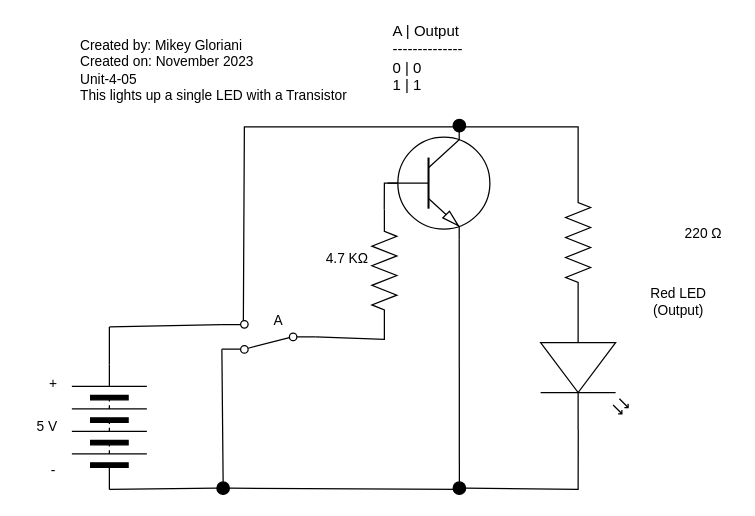
The draw.io diagram Unit-4-07/Unit-4-07.drawio in MikeyGloriani/TEJ3M-Unit-4, before the edit. Source tidied: cells renumbered, new cells numbered last; positions are measured from the earlier drawing's top-left corner, leaving out a move shared by most shapes. Both pictures are drawn from the tidied source at 125%, with x=0, y=0 at pixel (21, 26).
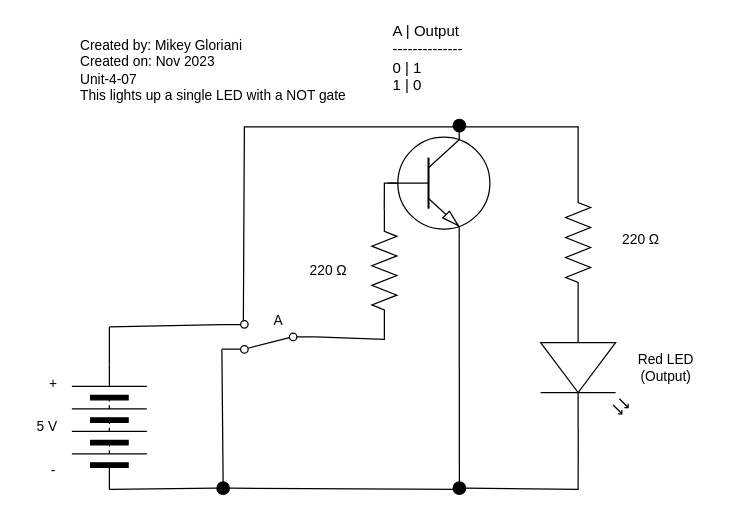
After the change.

What changed in the source:
```diff
@@
     <mxCell id="9" value="220&amp;nbsp;Ω" style="text;html=1;align=center;verticalAlign=middle;strokeColor=none;fillColor=none;fontSize=11;fontFamily=Helvetica;fontColor=default;" parent="1" vertex="1">
-      <mxGeometry x="520" y="150" width="50" height="30" as="geometry" />
+      <mxGeometry x="470" y="155" width="50" height="30" as="geometry" />
     </mxCell>
     <mxCell id="10" value="Red LED&lt;br&gt;(Output)" style="text;html=1;align=center;verticalAlign=middle;strokeColor=none;fillColor=none;fontSize=11;fontFamily=Helvetica;fontColor=default;" parent="1" vertex="1">
-      <mxGeometry x="490" y="200" width="70" height="40" as="geometry" />
+      <mxGeometry x="480" y="252.5" width="70" height="40" as="geometry" />
     </mxCell>
-    <mxCell id="11" value="Created by: Mikey Gloriani&lt;br&gt;Created on: November 2023&lt;br&gt;Unit-4-05&lt;br&gt;This lights up a single LED with a Transistor" style="text;html=1;align=left;verticalAlign=middle;strokeColor=none;fillColor=none;fontSize=11;fontFamily=Helvetica;fontColor=default;" parent="1" vertex="1">
+    <mxCell id="11" value="&lt;div&gt;Created by: Mikey Gloriani&lt;/div&gt;&lt;div&gt;Created on: Nov 2023&lt;/div&gt;&lt;div&gt;Unit-4-07&lt;/div&gt;&lt;div&gt;This lights up a single LED with a NOT gate&lt;/div&gt;" style="text;html=1;align=left;verticalAlign=middle;strokeColor=none;fillColor=none;fontSize=11;fontFamily=Helvetica;fontColor=default;" parent="1" vertex="1">
       <mxGeometry x="45" width="240" height="70" as="geometry" />
     </mxCell>
@@
-    <mxCell id="17" value="&lt;div&gt;A | Output&lt;/div&gt;&lt;div&gt;--------------&lt;/div&gt;&lt;div&gt;0 | 0&lt;/div&gt;&lt;div style=&quot;&quot;&gt;1 | 1&lt;/div&gt;" style="text;html=1;strokeColor=none;fillColor=none;align=left;verticalAlign=middle;whiteSpace=wrap;rounded=0;" parent="1" vertex="1">
+    <mxCell id="17" value="&lt;div&gt;A | Output&lt;/div&gt;&lt;div&gt;--------------&lt;/div&gt;&lt;div&gt;0 | 1&lt;/div&gt;&lt;div&gt;1 | 0&lt;/div&gt;" style="text;html=1;strokeColor=none;fillColor=none;align=left;verticalAlign=middle;whiteSpace=wrap;rounded=0;" parent="1" vertex="1">
       <mxGeometry x="295" y="10" width="60" height="30" as="geometry" />
     </mxCell>
@@
-    <mxCell id="22" value="4.7 KΩ" style="text;html=1;align=center;verticalAlign=middle;strokeColor=none;fillColor=none;fontSize=11;fontFamily=Helvetica;fontColor=default;" parent="1" vertex="1">
-      <mxGeometry x="230" y="170" width="60" height="30" as="geometry" />
-    </mxCell>
@@
+    <mxCell id="32" value="220&amp;nbsp;Ω" style="text;html=1;align=center;verticalAlign=middle;strokeColor=none;fillColor=none;fontSize=11;fontFamily=Helvetica;fontColor=default;" parent="1" vertex="1">
+      <mxGeometry x="220" y="180" width="50" height="30" as="geometry" />
+    </mxCell>
```
